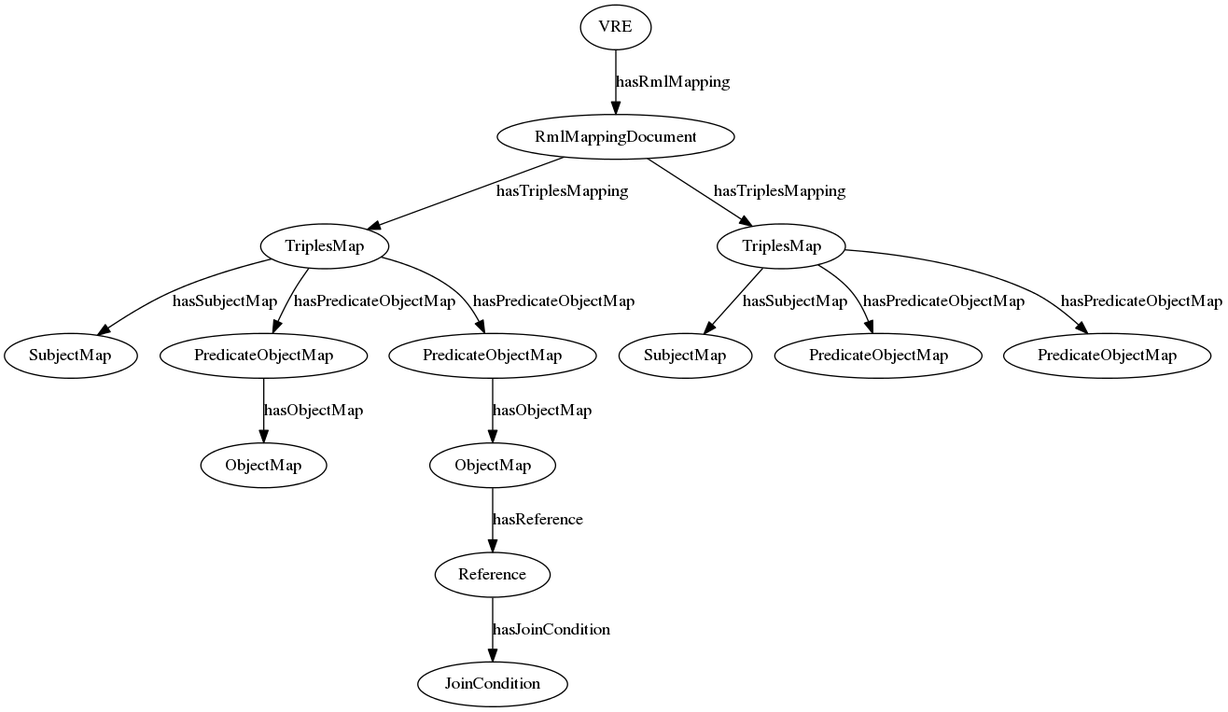
Above: timbuctoo-instancev4/docs/images/rml_mapping.png in HuygensING/timbuctoo (Graphviz), before the change. Its source is kept beside it as timbuctoo-instancev4/docs/images/rml_mapping.dot.
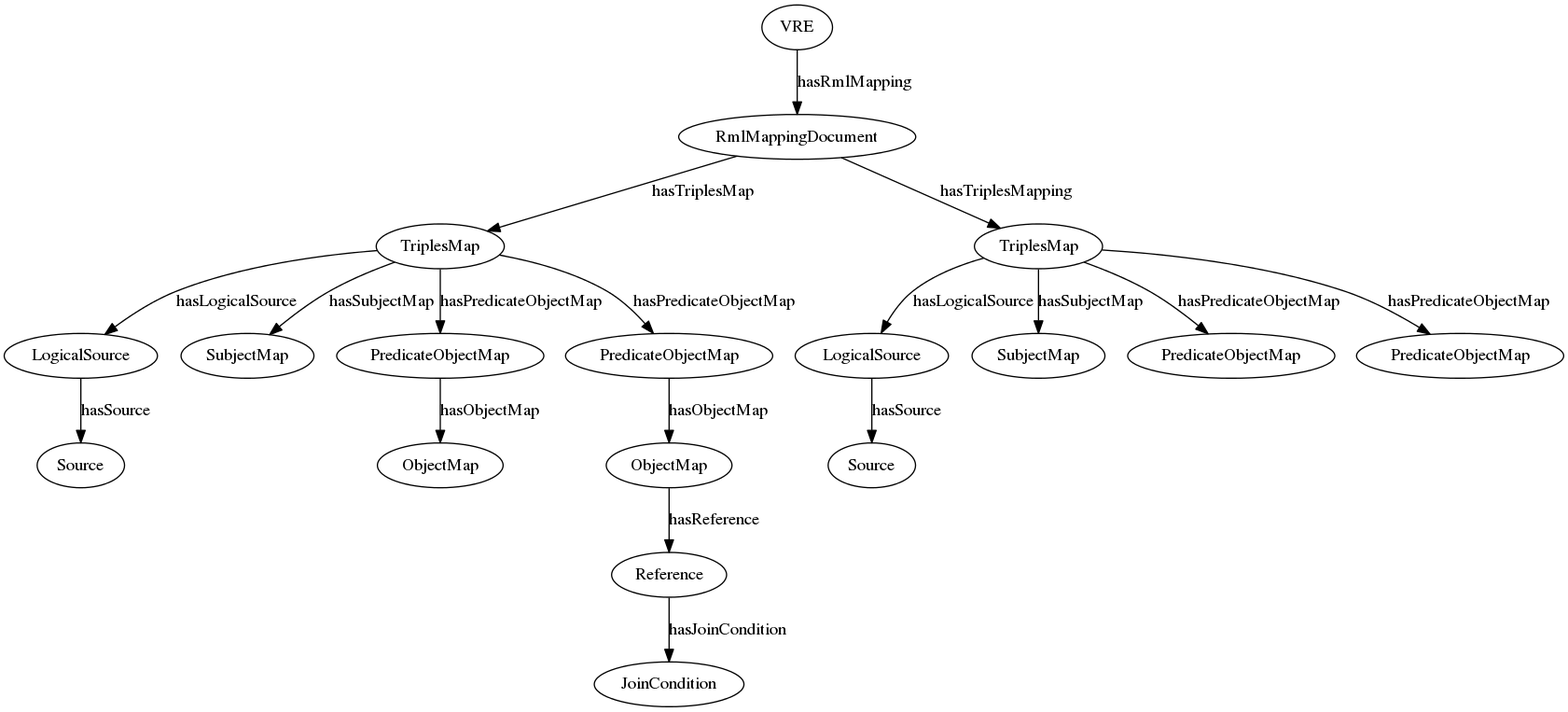
After the change.

The edit, as a diff of the source:
```diff
@@ -1,9 +1,13 @@
 digraph {
 	VRE
 	RmlMappingDocument
+	VRE->RmlMappingDocument [label="hasRmlMapping"]
 	TriplesMapping1 [label="TriplesMap"]
-	VRE->RmlMappingDocument [label="hasRmlMapping"]
-	RmlMappingDocument->TriplesMapping1 [label="hasTriplesMapping"]
+	RmlMappingDocument->TriplesMapping1 [label="hasTriplesMap"]
+	LogicalSource1[label="LogicalSource"]
+	TriplesMapping1->LogicalSource1[label="hasLogicalSource"]
+	Source1[label="Source"]
+	LogicalSource1->Source1[label="hasSource"]
 	Subject1 [label="SubjectMap"]
 	TriplesMapping1->Subject1 [label="hasSubjectMap"]
 	PredicateObject1_1 [label="PredicateObjectMap"]
@@ -19,6 +23,10 @@
 	Reference->JoinCondition[label="hasJoinCondition"]
 	PredicateObject1_2->ObjectMap1_2[label="hasObjectMap"]
 	TriplesMapping2 [label="TriplesMap"]
+	LogicalSource2[label="LogicalSource"]
+	TriplesMapping2->LogicalSource2[label="hasLogicalSource"]
+	Source2[label="Source"]
+	LogicalSource2->Source2[label="hasSource"]
 	Subject2 [label="SubjectMap"]
 	PredicateObject2_1 [label="PredicateObjectMap"]
 	PredicateObject2_2 [label="PredicateObjectMap"]
```
